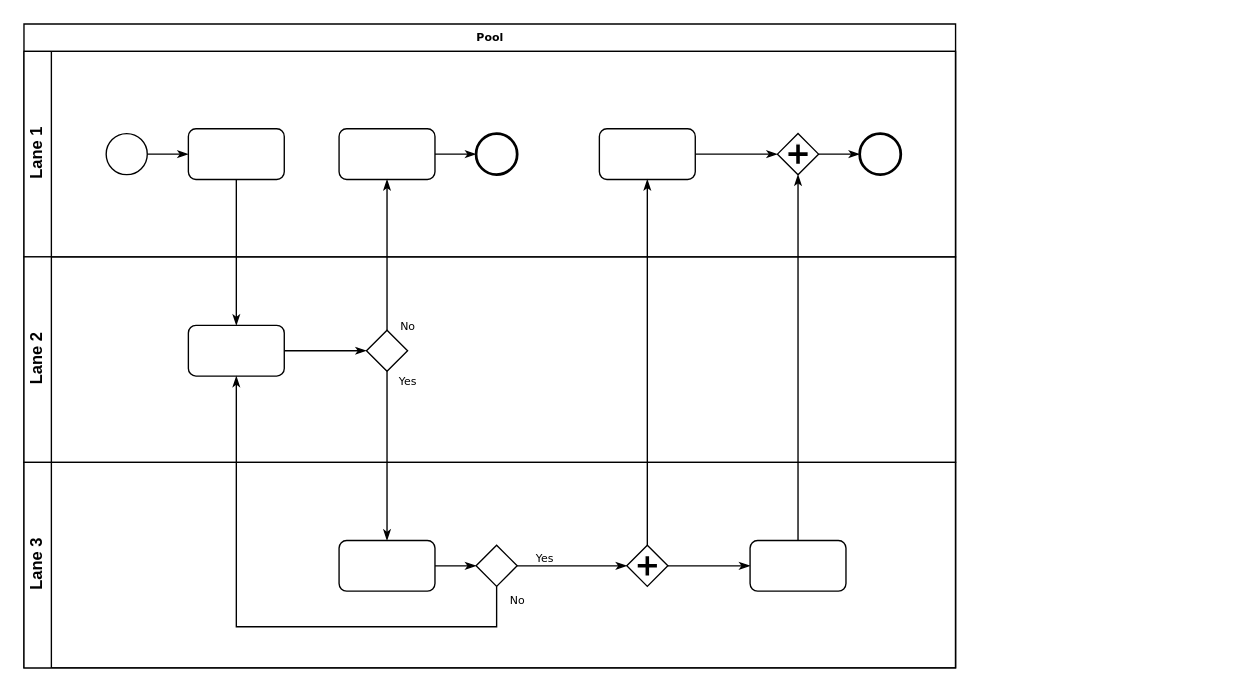
Before: 제목 없는 다이어그램2.drawio in yw0399/test, a draw.io diagram. Source tidied: cells renumbered, new cells numbered last; positions are measured from the earlier drawing's top-left corner, leaving out a move shared by most shapes. Both pictures are drawn from the tidied source at 137%, with x=0, y=0 at pixel (23, 23).
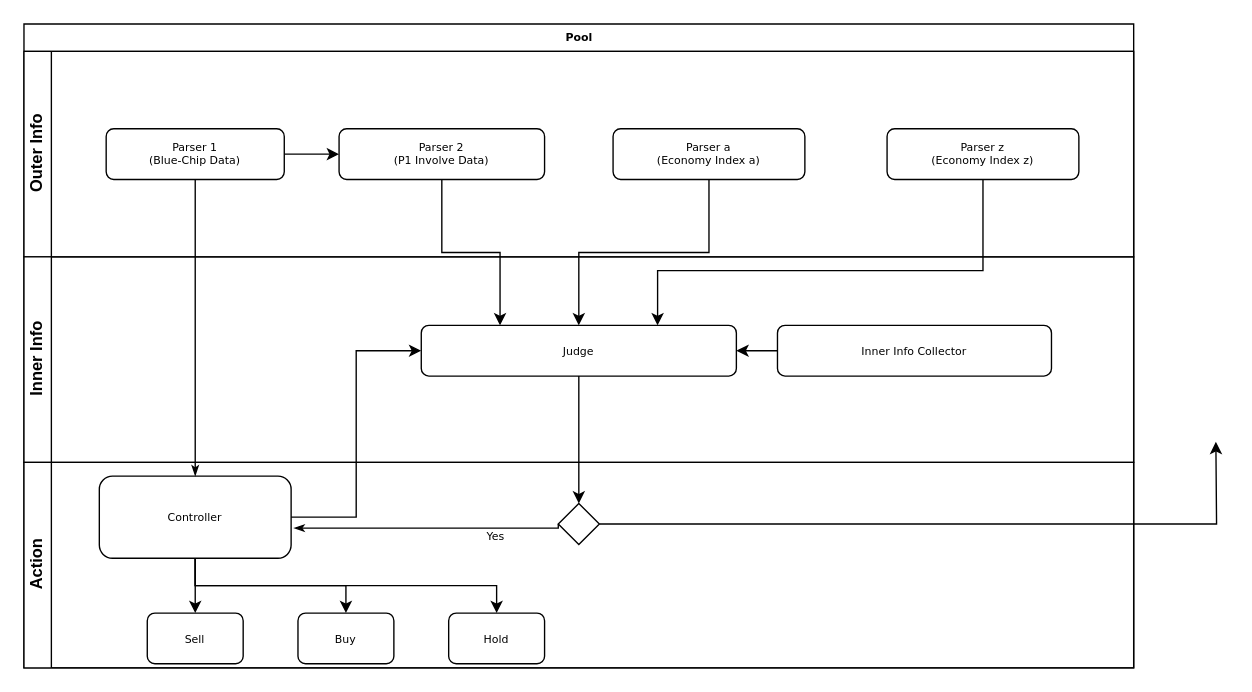
After the change.

Commit message:
제목 없는 다이어그램2.drawio 업데이트

The edit, as a diff of the source:
```diff
@@
     <mxCell id="2" value="Pool" style="swimlane;html=1;horizontal=1;startSize=20;rounded=0;shadow=0;labelBackgroundColor=none;strokeWidth=1;fontFamily=Verdana;fontSize=8;align=center;" parent="1" vertex="1">
-      <mxGeometry width="680" height="470" as="geometry" />
+      <mxGeometry width="810" height="470" as="geometry" />
     </mxCell>
-    <mxCell id="3" value="Lane 1" style="swimlane;html=1;startSize=20;horizontal=0;" parent="2" vertex="1">
-      <mxGeometry y="20" width="680" height="150" as="geometry" />
+    <mxCell id="3" value="Outer Info" style="swimlane;html=1;startSize=20;horizontal=0;" parent="2" vertex="1">
+      <mxGeometry y="20" width="810" height="150" as="geometry" />
     </mxCell>
-    <mxCell id="4" style="edgeStyle=orthogonalEdgeStyle;rounded=0;html=1;labelBackgroundColor=none;startArrow=none;startFill=0;startSize=5;endArrow=classicThin;endFill=1;endSize=5;jettySize=auto;strokeWidth=1;fontFamily=Verdana;fontSize=8;" parent="3" edge="1" source="5" target="6">
-      <mxGeometry relative="1" as="geometry" />
-    </mxCell>
-    <mxCell id="5" style="ellipse;whiteSpace=wrap;html=1;rounded=0;shadow=0;labelBackgroundColor=none;strokeWidth=1;fontFamily=Verdana;fontSize=8;align=center;" parent="3" vertex="1">
-      <mxGeometry x="60" y="60" width="30" height="30" as="geometry" />
-    </mxCell>
+    <mxCell id="33" style="edgeStyle=orthogonalEdgeStyle;rounded=0;jettySize=auto;html=1;exitX=1;exitY=0.5;exitDx=0;exitDy=0;entryX=0;entryY=0.5;entryDx=0;entryDy=0;" parent="3" edge="1" source="6" target="8">
+      <mxGeometry relative="1" as="geometry" />
+    </mxCell>
-    <mxCell id="6" style="rounded=1;whiteSpace=wrap;html=1;shadow=0;labelBackgroundColor=none;strokeWidth=1;fontFamily=Verdana;fontSize=8;align=center;" parent="3" vertex="1">
-      <mxGeometry x="120" y="56.5" width="70" height="37" as="geometry" />
+    <mxCell id="6" value="Parser 1&lt;br&gt;(Blue-Chip Data)" style="rounded=1;whiteSpace=wrap;html=1;shadow=0;labelBackgroundColor=none;strokeWidth=1;fontFamily=Verdana;fontSize=8;align=center;" parent="3" vertex="1">
+      <mxGeometry x="60" y="56.5" width="130" height="37" as="geometry" />
     </mxCell>
-    <mxCell id="7" style="edgeStyle=orthogonalEdgeStyle;rounded=0;html=1;labelBackgroundColor=none;startArrow=none;startFill=0;startSize=5;endArrow=classicThin;endFill=1;endSize=5;jettySize=auto;strokeWidth=1;fontFamily=Verdana;fontSize=8;" parent="3" edge="1" source="8" target="9">
-      <mxGeometry relative="1" as="geometry" />
-    </mxCell>
-    <mxCell id="8" style="rounded=1;whiteSpace=wrap;html=1;shadow=0;labelBackgroundColor=none;strokeWidth=1;fontFamily=Verdana;fontSize=8;align=center;" parent="3" vertex="1">
-      <mxGeometry x="230" y="56.5" width="70" height="37" as="geometry" />
+    <mxCell id="8" value="Parser 2&lt;br&gt;(P1 Involve Data)" style="rounded=1;whiteSpace=wrap;html=1;shadow=0;labelBackgroundColor=none;strokeWidth=1;fontFamily=Verdana;fontSize=8;align=center;" parent="3" vertex="1">
+      <mxGeometry x="230" y="56.5" width="150" height="37" as="geometry" />
     </mxCell>
-    <mxCell id="9" style="ellipse;whiteSpace=wrap;html=1;rounded=0;shadow=0;labelBackgroundColor=none;strokeWidth=2;fontFamily=Verdana;fontSize=8;align=center;" parent="3" vertex="1">
-      <mxGeometry x="330" y="60" width="30" height="30" as="geometry" />
-    </mxCell>
-    <mxCell id="10" style="edgeStyle=orthogonalEdgeStyle;rounded=0;html=1;entryX=0;entryY=0.5;labelBackgroundColor=none;startArrow=none;startFill=0;startSize=5;endArrow=classicThin;endFill=1;endSize=5;jettySize=auto;strokeWidth=1;fontFamily=Verdana;fontSize=8;" parent="3" edge="1" source="11" target="13">
-      <mxGeometry relative="1" as="geometry" />
-    </mxCell>
-    <mxCell id="11" style="rounded=1;whiteSpace=wrap;html=1;shadow=0;labelBackgroundColor=none;strokeWidth=1;fontFamily=Verdana;fontSize=8;align=center;" parent="3" vertex="1">
-      <mxGeometry x="420" y="56.5" width="70" height="37" as="geometry" />
+    <mxCell id="11" value="Parser a&lt;br&gt;(Economy Index a)" style="rounded=1;whiteSpace=wrap;html=1;shadow=0;labelBackgroundColor=none;strokeWidth=1;fontFamily=Verdana;fontSize=8;align=center;" parent="3" vertex="1">
+      <mxGeometry x="430" y="56.5" width="140" height="37" as="geometry" />
     </mxCell>
-    <mxCell id="12" style="edgeStyle=orthogonalEdgeStyle;rounded=0;html=1;labelBackgroundColor=none;startArrow=none;startFill=0;startSize=5;endArrow=classicThin;endFill=1;endSize=5;jettySize=auto;strokeWidth=1;fontFamily=Verdana;fontSize=8;" parent="3" edge="1" source="13" target="14">
-      <mxGeometry relative="1" as="geometry" />
-    </mxCell>
-    <mxCell id="13" style="shape=mxgraph.bpmn.shape;html=1;verticalLabelPosition=bottom;labelBackgroundColor=#ffffff;verticalAlign=top;perimeter=rhombusPerimeter;background=gateway;outline=none;symbol=parallelGw;rounded=1;shadow=0;strokeWidth=1;fontFamily=Verdana;fontSize=8;align=center;" parent="3" vertex="1">
-      <mxGeometry x="550" y="60" width="30" height="30" as="geometry" />
-    </mxCell>
-    <mxCell id="14" style="ellipse;whiteSpace=wrap;html=1;rounded=0;shadow=0;labelBackgroundColor=none;strokeWidth=2;fontFamily=Verdana;fontSize=8;align=center;" parent="3" vertex="1">
-      <mxGeometry x="610" y="60" width="30" height="30" as="geometry" />
-    </mxCell>
+    <mxCell id="34" value="Parser z&lt;br&gt;(Economy Index z)" style="rounded=1;whiteSpace=wrap;html=1;shadow=0;labelBackgroundColor=none;strokeWidth=1;fontFamily=Verdana;fontSize=8;align=center;" parent="3" vertex="1">
+      <mxGeometry x="630" y="56.5" width="140" height="37" as="geometry" />
+    </mxCell>
-    <mxCell id="15" value="Lane 2" style="swimlane;html=1;startSize=20;horizontal=0;" parent="2" vertex="1">
-      <mxGeometry y="170" width="680" height="150" as="geometry" />
+    <mxCell id="15" value="Inner Info" style="swimlane;html=1;startSize=20;horizontal=0;" parent="2" vertex="1">
+      <mxGeometry y="170" width="810" height="150" as="geometry" />
     </mxCell>
-    <mxCell id="16" style="edgeStyle=orthogonalEdgeStyle;rounded=0;html=1;labelBackgroundColor=none;startArrow=none;startFill=0;startSize=5;endArrow=classicThin;endFill=1;endSize=5;jettySize=auto;strokeWidth=1;fontFamily=Verdana;fontSize=8;" parent="15" edge="1" source="17" target="18">
-      <mxGeometry relative="1" as="geometry" />
-    </mxCell>
+    <mxCell id="35" style="edgeStyle=orthogonalEdgeStyle;rounded=0;jettySize=auto;html=1;" parent="15" edge="1" source="18">
+      <mxGeometry relative="1" as="geometry">
+        <mxPoint x="870" y="135" as="targetPoint" />
+      </mxGeometry>
+    </mxCell>
+    <mxCell id="36" style="edgeStyle=orthogonalEdgeStyle;rounded=0;jettySize=auto;html=1;entryX=1;entryY=0.5;entryDx=0;entryDy=0;" parent="15" edge="1" source="37" target="38">
+      <mxGeometry relative="1" as="geometry" />
+    </mxCell>
+    <mxCell id="37" value="Inner Info Collector" style="rounded=1;whiteSpace=wrap;html=1;shadow=0;labelBackgroundColor=none;strokeWidth=1;fontFamily=Verdana;fontSize=8;align=center;" parent="15" vertex="1">
+      <mxGeometry x="550" y="50" width="200" height="37" as="geometry" />
+    </mxCell>
+    <mxCell id="38" value="Judge" style="rounded=1;whiteSpace=wrap;html=1;shadow=0;labelBackgroundColor=none;strokeWidth=1;fontFamily=Verdana;fontSize=8;align=center;" parent="15" vertex="1">
+      <mxGeometry x="290" y="50" width="230" height="37" as="geometry" />
+    </mxCell>
+    <mxCell id="19" value="Action" style="swimlane;html=1;startSize=20;horizontal=0;" parent="2" vertex="1">
+      <mxGeometry y="320" width="810" height="150" as="geometry" />
+    </mxCell>
+    <mxCell id="21" value="Sell" style="rounded=1;whiteSpace=wrap;html=1;shadow=0;labelBackgroundColor=none;strokeWidth=1;fontFamily=Verdana;fontSize=8;align=center;" parent="19" vertex="1">
+      <mxGeometry x="90" y="110" width="70" height="37" as="geometry" />
+    </mxCell>
+    <mxCell id="26" value="Buy" style="rounded=1;whiteSpace=wrap;html=1;shadow=0;labelBackgroundColor=none;strokeWidth=1;fontFamily=Verdana;fontSize=8;align=center;" parent="19" vertex="1">
+      <mxGeometry x="200" y="110" width="70" height="37" as="geometry" />
+    </mxCell>
+    <mxCell id="39" value="Yes" style="edgeStyle=orthogonalEdgeStyle;rounded=0;html=1;labelBackgroundColor=none;startArrow=none;startFill=0;startSize=5;endArrow=classicThin;endFill=1;endSize=5;jettySize=auto;strokeWidth=1;fontFamily=Verdana;fontSize=8;exitX=0;exitY=0.5;exitDx=0;exitDy=0;exitPerimeter=0;entryX=1.014;entryY=0.633;entryDx=0;entryDy=0;entryPerimeter=0;" parent="19" edge="1" source="18" target="17">
+      <mxGeometry x="-0.5" y="6" relative="1" as="geometry">
+        <Array as="points">
+          <mxPoint x="390" y="48" />
+        </Array>
+      </mxGeometry>
+    </mxCell>
+    <mxCell id="40" value="Hold" style="rounded=1;whiteSpace=wrap;html=1;shadow=0;labelBackgroundColor=none;strokeWidth=1;fontFamily=Verdana;fontSize=8;align=center;" parent="19" vertex="1">
+      <mxGeometry x="310" y="110" width="70" height="37" as="geometry" />
+    </mxCell>
+    <mxCell id="41" style="edgeStyle=orthogonalEdgeStyle;rounded=0;jettySize=auto;html=1;entryX=0.5;entryY=0;entryDx=0;entryDy=0;" parent="19" edge="1" source="17" target="26">
+      <mxGeometry relative="1" as="geometry">
+        <Array as="points">
+          <mxPoint x="125" y="90" />
+          <mxPoint x="235" y="90" />
+        </Array>
+      </mxGeometry>
+    </mxCell>
+    <mxCell id="42" style="edgeStyle=orthogonalEdgeStyle;rounded=0;jettySize=auto;html=1;entryX=0.5;entryY=0;entryDx=0;entryDy=0;" parent="19" edge="1" source="17" target="21">
+      <mxGeometry relative="1" as="geometry" />
+    </mxCell>
-    <mxCell id="17" style="rounded=1;whiteSpace=wrap;html=1;shadow=0;labelBackgroundColor=none;strokeWidth=1;fontFamily=Verdana;fontSize=8;align=center;" parent="15" vertex="1">
-      <mxGeometry x="120" y="50" width="70" height="37" as="geometry" />
+    <mxCell id="17" value="Controller" style="rounded=1;whiteSpace=wrap;html=1;shadow=0;labelBackgroundColor=none;strokeWidth=1;fontFamily=Verdana;fontSize=8;align=center;arcSize=16;" parent="19" vertex="1">
+      <mxGeometry x="55" y="10" width="140" height="60" as="geometry" />
     </mxCell>
+    <mxCell id="43" style="edgeStyle=orthogonalEdgeStyle;rounded=0;jettySize=auto;html=1;entryX=0.5;entryY=0;entryDx=0;entryDy=0;" parent="19" edge="1" source="17" target="40">
+      <mxGeometry relative="1" as="geometry">
+        <Array as="points">
+          <mxPoint x="125" y="90" />
+          <mxPoint x="345" y="90" />
+        </Array>
+      </mxGeometry>
+    </mxCell>
-    <mxCell id="18" style="strokeWidth=1;html=1;shape=mxgraph.flowchart.decision;whiteSpace=wrap;rounded=1;shadow=0;labelBackgroundColor=none;fontFamily=Verdana;fontSize=8;align=center;" parent="15" vertex="1">
-      <mxGeometry x="250" y="53.5" width="30" height="30" as="geometry" />
+    <mxCell id="18" style="strokeWidth=1;html=1;shape=mxgraph.flowchart.decision;whiteSpace=wrap;rounded=1;shadow=0;labelBackgroundColor=none;fontFamily=Verdana;fontSize=8;align=center;" parent="19" vertex="1">
+      <mxGeometry x="390" y="30" width="30" height="30" as="geometry" />
     </mxCell>
-    <mxCell id="19" value="Lane 3" style="swimlane;html=1;startSize=20;horizontal=0;" parent="2" vertex="1">
-      <mxGeometry y="320" width="680" height="150" as="geometry" />
-    </mxCell>
-    <mxCell id="20" style="edgeStyle=orthogonalEdgeStyle;rounded=0;html=1;labelBackgroundColor=none;startArrow=none;startFill=0;startSize=5;endArrow=classicThin;endFill=1;endSize=5;jettySize=auto;strokeWidth=1;fontFamily=Verdana;fontSize=8;" parent="19" edge="1" source="21" target="23">
-      <mxGeometry relative="1" as="geometry" />
-    </mxCell>
-    <mxCell id="21" style="rounded=1;whiteSpace=wrap;html=1;shadow=0;labelBackgroundColor=none;strokeWidth=1;fontFamily=Verdana;fontSize=8;align=center;" parent="19" vertex="1">
-      <mxGeometry x="230" y="57" width="70" height="37" as="geometry" />
-    </mxCell>
-    <mxCell id="22" value="Yes" style="edgeStyle=orthogonalEdgeStyle;rounded=0;html=1;entryX=0;entryY=0.5;labelBackgroundColor=none;startArrow=none;startFill=0;startSize=5;endArrow=classicThin;endFill=1;endSize=5;jettySize=auto;strokeWidth=1;fontFamily=Verdana;fontSize=8;" parent="19" edge="1" source="23" target="25">
-      <mxGeometry x="-0.5" y="6" relative="1" as="geometry" />
-    </mxCell>
-    <mxCell id="23" style="strokeWidth=1;html=1;shape=mxgraph.flowchart.decision;whiteSpace=wrap;rounded=1;shadow=0;labelBackgroundColor=none;fontFamily=Verdana;fontSize=8;align=center;" parent="19" vertex="1">
-      <mxGeometry x="330" y="60.5" width="30" height="30" as="geometry" />
-    </mxCell>
-    <mxCell id="24" style="edgeStyle=orthogonalEdgeStyle;rounded=0;html=1;labelBackgroundColor=none;startArrow=none;startFill=0;startSize=5;endArrow=classicThin;endFill=1;endSize=5;jettySize=auto;strokeColor=#000000;strokeWidth=1;fontFamily=Verdana;fontSize=8;fontColor=#000000;" parent="19" edge="1" source="25" target="26">
-      <mxGeometry relative="1" as="geometry" />
-    </mxCell>
-    <mxCell id="25" style="shape=mxgraph.bpmn.shape;html=1;verticalLabelPosition=bottom;labelBackgroundColor=#ffffff;verticalAlign=top;perimeter=rhombusPerimeter;background=gateway;outline=none;symbol=parallelGw;rounded=1;shadow=0;strokeWidth=1;fontFamily=Verdana;fontSize=8;align=center;" parent="19" vertex="1">
-      <mxGeometry x="440" y="60.5" width="30" height="30" as="geometry" />
-    </mxCell>
-    <mxCell id="26" style="rounded=1;whiteSpace=wrap;html=1;shadow=0;labelBackgroundColor=none;strokeWidth=1;fontFamily=Verdana;fontSize=8;align=center;" parent="19" vertex="1">
-      <mxGeometry x="530" y="57" width="70" height="37" as="geometry" />
-    </mxCell>
@@
-    <mxCell id="28" value="No" style="edgeStyle=orthogonalEdgeStyle;rounded=0;html=1;labelBackgroundColor=none;startArrow=none;startFill=0;startSize=5;endArrow=classicThin;endFill=1;endSize=5;jettySize=auto;strokeWidth=1;fontFamily=Verdana;fontSize=8;" parent="2" edge="1" source="18" target="8">
-      <mxGeometry x="-0.94" y="-15" relative="1" as="geometry" />
-    </mxCell>
-    <mxCell id="29" value="Yes" style="edgeStyle=orthogonalEdgeStyle;rounded=0;html=1;labelBackgroundColor=none;startArrow=none;startFill=0;startSize=5;endArrow=classicThin;endFill=1;endSize=5;jettySize=auto;strokeWidth=1;fontFamily=Verdana;fontSize=8;" parent="2" edge="1" source="18" target="21">
-      <mxGeometry x="-0.89" y="15" relative="1" as="geometry" />
-    </mxCell>
-    <mxCell id="30" style="edgeStyle=orthogonalEdgeStyle;rounded=0;html=1;entryX=0.5;entryY=1;labelBackgroundColor=none;startArrow=none;startFill=0;startSize=5;endArrow=classicThin;endFill=1;endSize=5;jettySize=auto;strokeWidth=1;fontFamily=Verdana;fontSize=8;" parent="2" edge="1" source="26" target="13">
-      <mxGeometry relative="1" as="geometry" />
-    </mxCell>
-    <mxCell id="31" value="No" style="edgeStyle=orthogonalEdgeStyle;rounded=0;html=1;labelBackgroundColor=none;startArrow=none;startFill=0;startSize=5;endArrow=classicThin;endFill=1;endSize=5;jettySize=auto;strokeWidth=1;fontFamily=Verdana;fontSize=8;" parent="2" edge="1" source="23" target="17">
-      <mxGeometry x="-0.95" y="15" relative="1" as="geometry">
-        <Array as="points">
-          <mxPoint x="345" y="440" />
-          <mxPoint x="155" y="440" />
-        </Array>
-      </mxGeometry>
-    </mxCell>
-    <mxCell id="32" style="edgeStyle=orthogonalEdgeStyle;rounded=0;html=1;labelBackgroundColor=none;startArrow=none;startFill=0;startSize=5;endArrow=classicThin;endFill=1;endSize=5;jettySize=auto;strokeWidth=1;fontFamily=Verdana;fontSize=8;" parent="2" edge="1" source="25" target="11">
-      <mxGeometry relative="1" as="geometry" />
-    </mxCell>
+    <mxCell id="44" style="edgeStyle=orthogonalEdgeStyle;rounded=0;jettySize=auto;html=1;entryX=0.25;entryY=0;entryDx=0;entryDy=0;" parent="2" edge="1" source="8" target="38">
+      <mxGeometry relative="1" as="geometry" />
+    </mxCell>
+    <mxCell id="45" style="edgeStyle=orthogonalEdgeStyle;rounded=0;jettySize=auto;html=1;entryX=0.5;entryY=0;entryDx=0;entryDy=0;" parent="2" edge="1" source="11" target="38">
+      <mxGeometry relative="1" as="geometry" />
+    </mxCell>
+    <mxCell id="46" style="edgeStyle=orthogonalEdgeStyle;rounded=0;jettySize=auto;html=1;entryX=0.75;entryY=0;entryDx=0;entryDy=0;" parent="2" edge="1" source="34" target="38">
+      <mxGeometry relative="1" as="geometry">
+        <Array as="points">
+          <mxPoint x="700" y="180" />
+          <mxPoint x="463" y="180" />
+        </Array>
+      </mxGeometry>
+    </mxCell>
+    <mxCell id="47" style="edgeStyle=orthogonalEdgeStyle;rounded=0;jettySize=auto;html=1;entryX=0;entryY=0.5;entryDx=0;entryDy=0;" parent="2" edge="1" source="17" target="38">
+      <mxGeometry relative="1" as="geometry" />
+    </mxCell>
+    <mxCell id="48" style="edgeStyle=orthogonalEdgeStyle;rounded=0;jettySize=auto;html=1;entryX=0.5;entryY=0;entryDx=0;entryDy=0;entryPerimeter=0;" parent="2" edge="1" source="38" target="18">
+      <mxGeometry relative="1" as="geometry" />
+    </mxCell>
```
